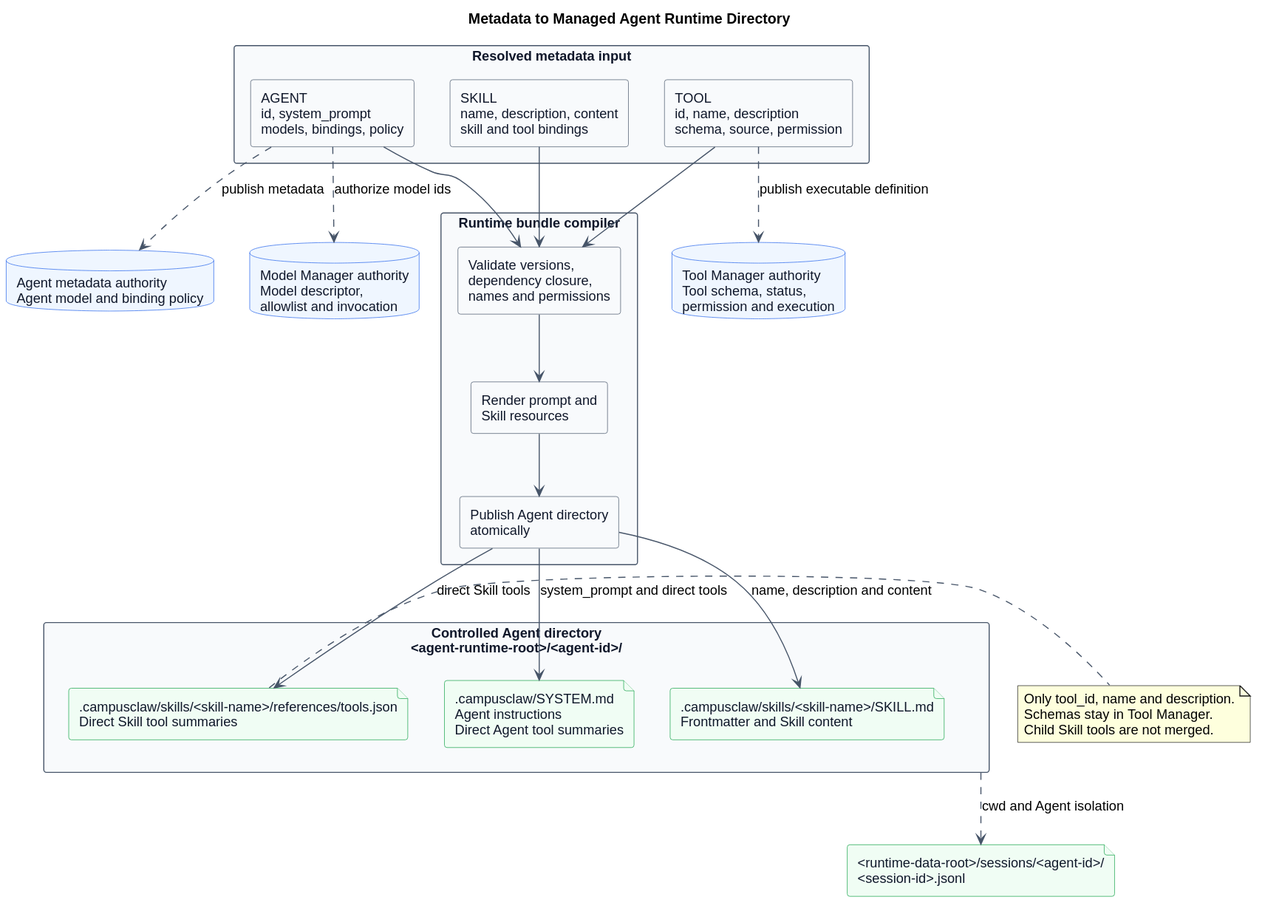
Above: pi-mono-java-manager-driven-multi-agent-runtime/metadata_runtime_directory_mapping.svg in superheromeZzh/pi-mono-java-design (PlantUML), before the change.
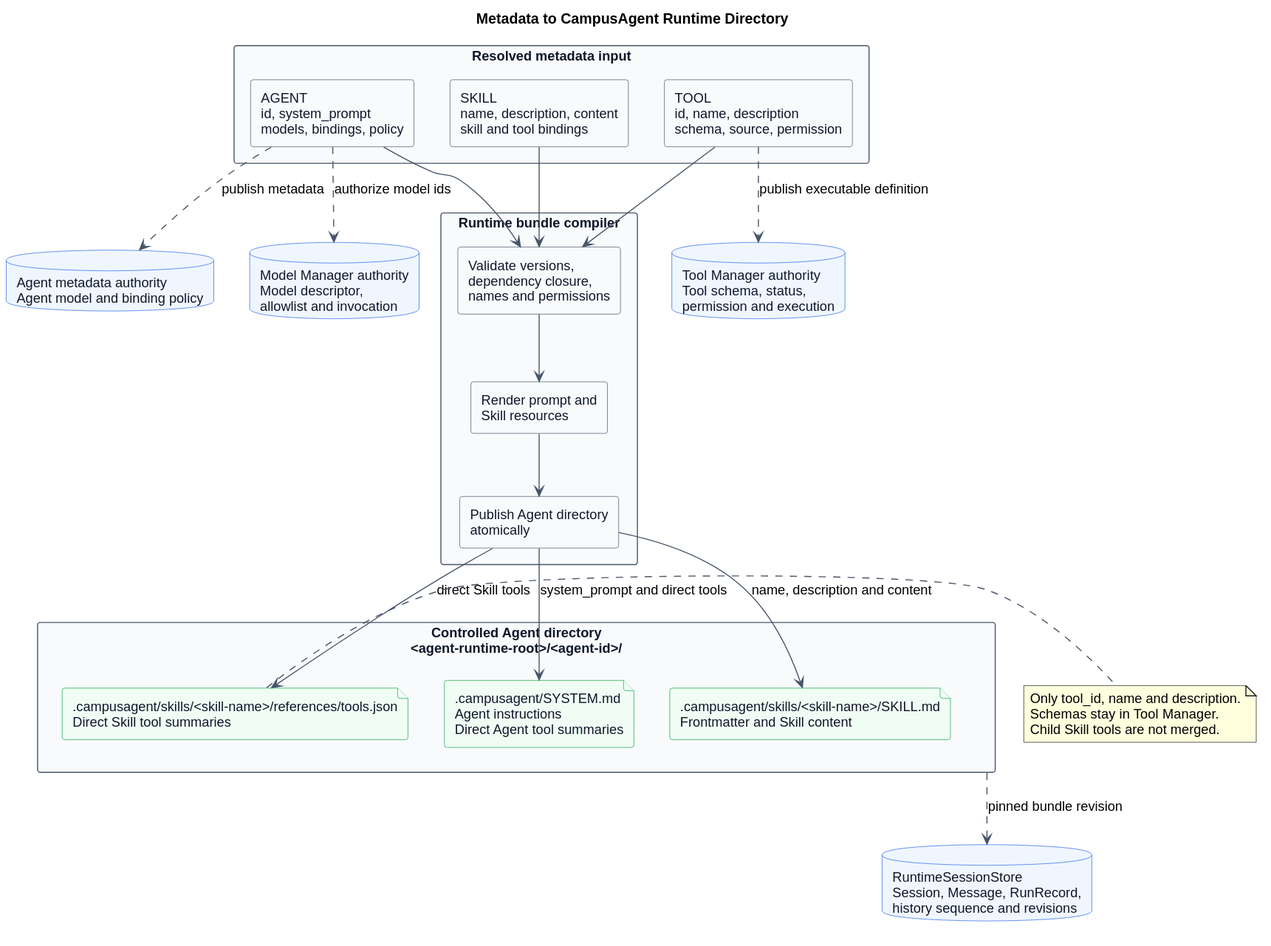
After the commit.

The edit, as a diff of the source:
```diff
@@ -1,5 +1,5 @@
 @startuml
-title Metadata to Managed Agent Runtime Directory
+title Metadata to CampusAgent Runtime Directory
 
 
 skinparam backgroundColor #FFFFFF
@@ -36,15 +36,15 @@
 }
 
 rectangle "Controlled Agent directory\n<agent-runtime-root>/<agent-id>/" as AgentDirectory {
-  file ".campusclaw/SYSTEM.md\nAgent instructions\nDirect Agent tool summaries" as SystemFile
-  file ".campusclaw/skills/<skill-name>/SKILL.md\nFrontmatter and Skill content" as SkillFile
-  file ".campusclaw/skills/<skill-name>/references/tools.json\nDirect Skill tool summaries" as SkillToolsFile
+  file ".campusagent/SYSTEM.md\nAgent instructions\nDirect Agent tool summaries" as SystemFile
+  file ".campusagent/skills/<skill-name>/SKILL.md\nFrontmatter and Skill content" as SkillFile
+  file ".campusagent/skills/<skill-name>/references/tools.json\nDirect Skill tool summaries" as SkillToolsFile
 }
 
 database "Agent metadata authority\nAgent model and binding policy" as AgentAuthority
 database "Tool Manager authority\nTool schema, status,\npermission and execution" as ToolManager
 database "Model Manager authority\nModel descriptor,\nallowlist and invocation" as ModelManager
-file "<runtime-data-root>/sessions/<agent-id>/\n<session-id>.jsonl" as SessionFile
+database "RuntimeSessionStore\nSession, Message, RunRecord,\nhistory sequence and revisions" as SessionStore
 
 AgentMetadata --> Validate
 SkillMetadata --> Validate
@@ -58,7 +58,7 @@
 AgentMetadata ..> AgentAuthority : publish metadata
 ToolMetadata ..> ToolManager : publish executable definition
 AgentMetadata ..> ModelManager : authorize model ids
-AgentDirectory ..> SessionFile : cwd and Agent isolation
+AgentDirectory ..> SessionStore : pinned bundle revision
 
 note right of SkillToolsFile
 Only tool_id, name and description.
```
